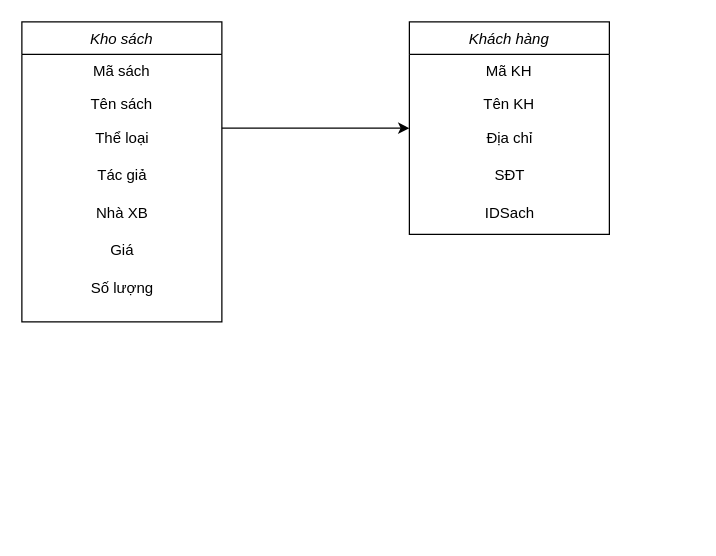
Above: QLyNhaSach.drawio in ThanhDat2k4/Source_Code_CPlusPlus (draw.io), before the change. Source tidied: cells renumbered, new cells numbered last; positions are measured from the earlier drawing's top-left corner, leaving out a move shared by most shapes. Both pictures are drawn from the tidied source at 125%, with x=0, y=0 at pixel (21, 21).
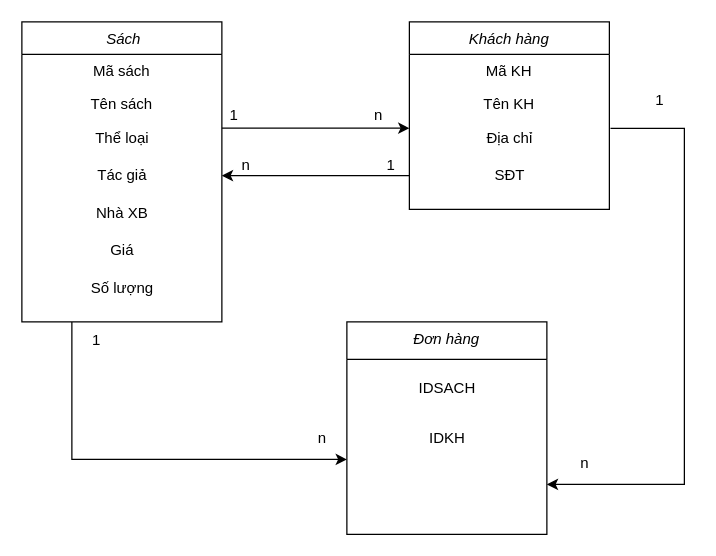
The same page after the edit.

The edit, as a diff of the source:
```diff
@@
+    <mxCell id="17" style="edgeStyle=orthogonalEdgeStyle;rounded=0;jettySize=auto;html=1;" parent="1" edge="1" source="3">
+      <mxGeometry relative="1" as="geometry">
+        <mxPoint x="260" y="350" as="targetPoint" />
+        <Array as="points">
+          <mxPoint x="40" y="350" />
+        </Array>
+      </mxGeometry>
+    </mxCell>
-    <mxCell id="3" value="Kho sách" style="swimlane;fontStyle=2;align=center;verticalAlign=top;horizontal=1;startSize=26;rounded=0;shadow=0;strokeWidth=1;" parent="1" vertex="1">
+    <mxCell id="3" value=" Sách" style="swimlane;fontStyle=2;align=center;verticalAlign=top;horizontal=1;startSize=26;rounded=0;shadow=0;strokeWidth=1;" parent="1" vertex="1">
       <mxGeometry width="160" height="240" as="geometry" />
     </mxCell>
@@
+    <mxCell id="18" style="edgeStyle=orthogonalEdgeStyle;rounded=0;orthogonalLoop=1;jettySize=auto;html=1;exitX=1.012;exitY=0.239;exitDx=0;exitDy=0;exitPerimeter=0;" parent="1" edge="1">
+      <mxGeometry relative="1" as="geometry">
+        <mxPoint x="470.9" y="85.2" as="sourcePoint" />
+        <mxPoint x="420" y="370" as="targetPoint" />
+        <Array as="points">
+          <mxPoint x="530" y="85" />
+          <mxPoint x="530" y="370" />
+        </Array>
+      </mxGeometry>
+    </mxCell>
     <mxCell id="11" value="Khách hàng" style="swimlane;fontStyle=2;align=center;verticalAlign=top;horizontal=1;startSize=26;rounded=0;shadow=0;strokeWidth=1;" parent="1" vertex="1">
-      <mxGeometry x="310" width="160" height="170" as="geometry" />
+      <mxGeometry x="310" width="160" height="150" as="geometry" />
     </mxCell>
@@
-    <mxCell id="16" value="IDSach" style="text;html=1;align=center;verticalAlign=middle;strokeColor=none;fillColor=none;" parent="11" vertex="1">
-      <mxGeometry y="138" width="160" height="30" as="geometry" />
-    </mxCell>
+    <mxCell id="19" value="Đơn hàng" style="swimlane;fontStyle=2;align=center;verticalAlign=top;horizontal=1;startSize=30;rounded=0;shadow=0;strokeWidth=1;" parent="1" vertex="1">
+      <mxGeometry x="260" y="240" width="160" height="170" as="geometry" />
+    </mxCell>
+    <mxCell id="20" value="1" style="text;html=1;strokeColor=none;fillColor=none;align=center;verticalAlign=middle;whiteSpace=wrap;rounded=0;" parent="1" vertex="1">
+      <mxGeometry x="140" y="60" width="60" height="30" as="geometry" />
+    </mxCell>
+    <mxCell id="21" value="n" style="text;html=1;align=center;verticalAlign=middle;strokeColor=none;fillColor=none;" parent="1" vertex="1">
+      <mxGeometry x="270" y="60" width="30" height="30" as="geometry" />
+    </mxCell>
+    <mxCell id="22" style="endArrow=classic;html=1;rounded=0;" parent="1" edge="1">
+      <mxGeometry relative="1" as="geometry">
+        <mxPoint x="310" y="123" as="sourcePoint" />
+        <mxPoint x="160" y="123" as="targetPoint" />
+      </mxGeometry>
+    </mxCell>
+    <mxCell id="23" value="1" style="text;html=1;align=center;verticalAlign=middle;strokeColor=none;fillColor=none;" parent="1" vertex="1">
+      <mxGeometry x="280" y="100" width="30" height="30" as="geometry" />
+    </mxCell>
+    <mxCell id="24" value="n" style="text;html=1;align=center;verticalAlign=middle;strokeColor=none;fillColor=none;" parent="1" vertex="1">
+      <mxGeometry x="164" y="100" width="30" height="30" as="geometry" />
+    </mxCell>
+    <mxCell id="25" value="1" style="text;html=1;strokeColor=none;fillColor=none;align=center;verticalAlign=middle;whiteSpace=wrap;rounded=0;" parent="1" vertex="1">
+      <mxGeometry x="30" y="240" width="60" height="30" as="geometry" />
+    </mxCell>
+    <mxCell id="26" value="n" style="text;html=1;align=center;verticalAlign=middle;strokeColor=none;fillColor=none;" parent="1" vertex="1">
+      <mxGeometry x="225" y="318" width="30" height="30" as="geometry" />
+    </mxCell>
+    <mxCell id="27" value="1" style="text;html=1;align=center;verticalAlign=middle;strokeColor=none;fillColor=none;" parent="1" vertex="1">
+      <mxGeometry x="495" y="48" width="30" height="30" as="geometry" />
+    </mxCell>
+    <mxCell id="28" value="n" style="text;html=1;align=center;verticalAlign=middle;strokeColor=none;fillColor=none;" parent="1" vertex="1">
+      <mxGeometry x="435" y="338" width="30" height="30" as="geometry" />
+    </mxCell>
+    <mxCell id="29" value="IDSACH" style="text;html=1;align=center;verticalAlign=middle;strokeColor=none;fillColor=none;" parent="1" vertex="1">
+      <mxGeometry x="305" y="278" width="70" height="30" as="geometry" />
+    </mxCell>
+    <mxCell id="30" value="IDKH" style="text;html=1;align=center;verticalAlign=middle;strokeColor=none;fillColor=none;" parent="1" vertex="1">
+      <mxGeometry x="315" y="318" width="50" height="30" as="geometry" />
+    </mxCell>
```
